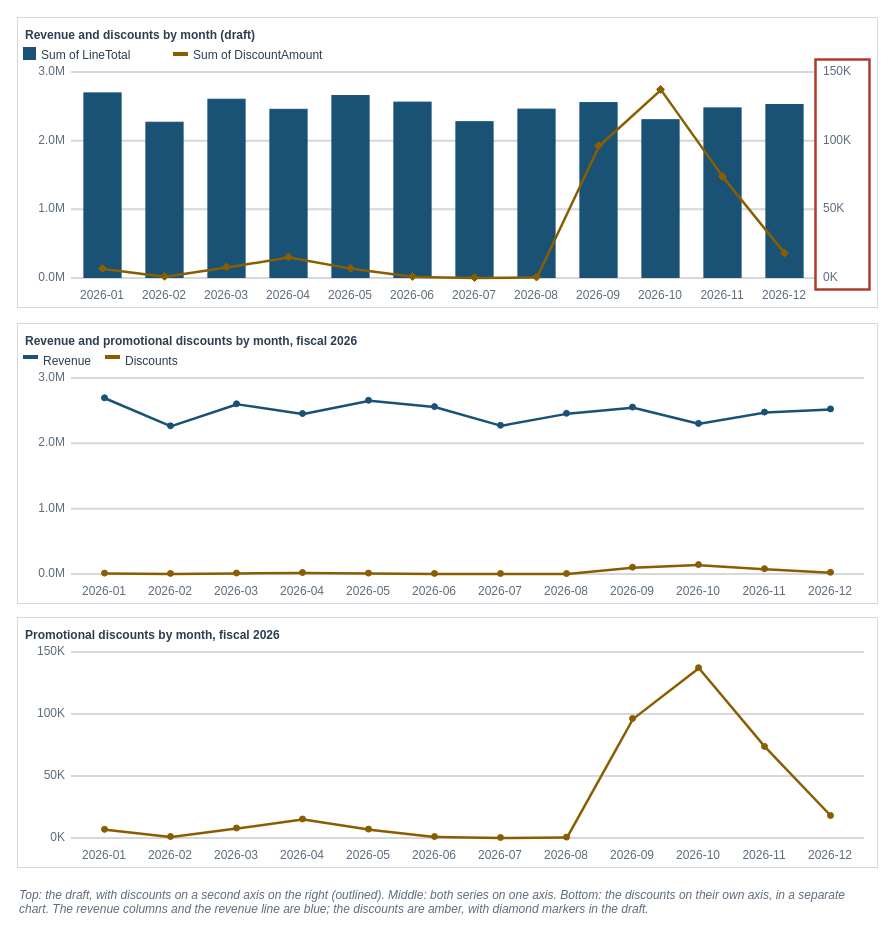
mmcodesso/Accounting_Analytics_Book keeps this draw.io diagram as visuals/src/fig-13-09-dual-axis.drawio. Above is the earlier version. Source tidied: cells renumbered, new cells numbered last; positions are measured from the earlier drawing's top-left corner, leaving out a move shared by most shapes. Both pictures are drawn from the tidied source at 100%, with x=0, y=0 at pixel (17, 17).
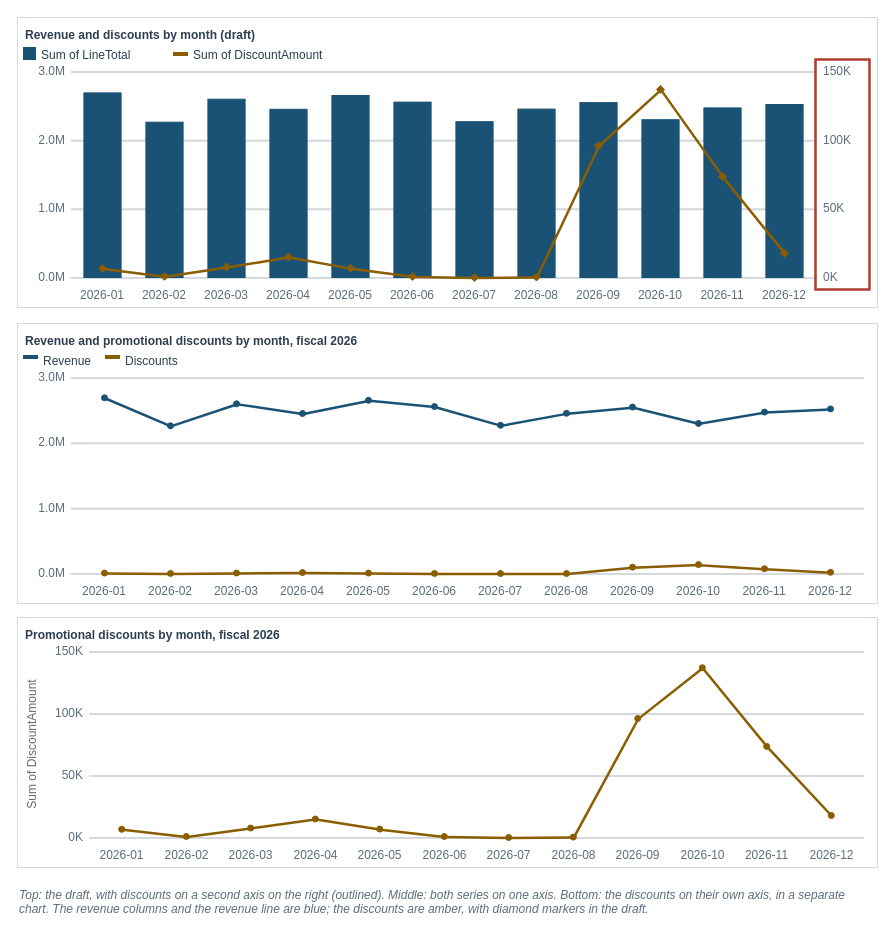
After the change.

Change to the diagram source:
```diff
@@
-    <mxCell id="178" style="rounded=0;arcSize=6;whiteSpace=wrap;html=1;fillColor=#D5D8DC;strokeColor=#D5D8DC;strokeWidth=1;fontColor=#2C3E50;fontSize=13;fontStyle=0;align=center;verticalAlign=middle;fontFamily=Helvetica;spacingLeft=6;spacingRight=6;" parent="1" vertex="1">
-      <mxGeometry x="54" y="820" width="792" height="1" as="geometry" />
+    <mxCell id="178" value="Sum of DiscountAmount" style="text;html=1;whiteSpace=wrap;align=center;verticalAlign=middle;horizontal=0;fontSize=12;fontColor=#5D6D7E;fontStyle=0;fontFamily=Helvetica;spacing=0;fillColor=none;strokeColor=none;" parent="1" vertex="1">
+      <mxGeometry x="6" y="634" width="18" height="186" as="geometry" />
     </mxCell>
-    <mxCell id="179" value="0K" style="text;html=1;whiteSpace=wrap;align=right;verticalAlign=middle;fontSize=12;fontColor=#5D6D7E;fontStyle=0;fontFamily=Helvetica;spacing=2;fillColor=none;strokeColor=none;" parent="1" vertex="1">
-      <mxGeometry x="6" y="810" width="44" height="20" as="geometry" />
+    <mxCell id="179" style="rounded=0;arcSize=6;whiteSpace=wrap;html=1;fillColor=#D5D8DC;strokeColor=#D5D8DC;strokeWidth=1;fontColor=#2C3E50;fontSize=13;fontStyle=0;align=center;verticalAlign=middle;fontFamily=Helvetica;spacingLeft=6;spacingRight=6;" parent="1" vertex="1">
+      <mxGeometry x="72" y="820" width="774" height="1" as="geometry" />
     </mxCell>
-    <mxCell id="180" style="rounded=0;arcSize=6;whiteSpace=wrap;html=1;fillColor=#D5D8DC;strokeColor=#D5D8DC;strokeWidth=1;fontColor=#2C3E50;fontSize=13;fontStyle=0;align=center;verticalAlign=middle;fontFamily=Helvetica;spacingLeft=6;spacingRight=6;" parent="1" vertex="1">
-      <mxGeometry x="54" y="758" width="792" height="1" as="geometry" />
+    <mxCell id="180" value="0K" style="text;html=1;whiteSpace=wrap;align=right;verticalAlign=middle;fontSize=12;fontColor=#5D6D7E;fontStyle=0;fontFamily=Helvetica;spacing=2;fillColor=none;strokeColor=none;" parent="1" vertex="1">
+      <mxGeometry x="24" y="810" width="44" height="20" as="geometry" />
     </mxCell>
-    <mxCell id="181" value="50K" style="text;html=1;whiteSpace=wrap;align=right;verticalAlign=middle;fontSize=12;fontColor=#5D6D7E;fontStyle=0;fontFamily=Helvetica;spacing=2;fillColor=none;strokeColor=none;" parent="1" vertex="1">
-      <mxGeometry x="6" y="748" width="44" height="20" as="geometry" />
+    <mxCell id="181" style="rounded=0;arcSize=6;whiteSpace=wrap;html=1;fillColor=#D5D8DC;strokeColor=#D5D8DC;strokeWidth=1;fontColor=#2C3E50;fontSize=13;fontStyle=0;align=center;verticalAlign=middle;fontFamily=Helvetica;spacingLeft=6;spacingRight=6;" parent="1" vertex="1">
+      <mxGeometry x="72" y="758" width="774" height="1" as="geometry" />
     </mxCell>
-    <mxCell id="182" style="rounded=0;arcSize=6;whiteSpace=wrap;html=1;fillColor=#D5D8DC;strokeColor=#D5D8DC;strokeWidth=1;fontColor=#2C3E50;fontSize=13;fontStyle=0;align=center;verticalAlign=middle;fontFamily=Helvetica;spacingLeft=6;spacingRight=6;" parent="1" vertex="1">
-      <mxGeometry x="54" y="696" width="792" height="1" as="geometry" />
+    <mxCell id="182" value="50K" style="text;html=1;whiteSpace=wrap;align=right;verticalAlign=middle;fontSize=12;fontColor=#5D6D7E;fontStyle=0;fontFamily=Helvetica;spacing=2;fillColor=none;strokeColor=none;" parent="1" vertex="1">
+      <mxGeometry x="24" y="748" width="44" height="20" as="geometry" />
     </mxCell>
-    <mxCell id="183" value="100K" style="text;html=1;whiteSpace=wrap;align=right;verticalAlign=middle;fontSize=12;fontColor=#5D6D7E;fontStyle=0;fontFamily=Helvetica;spacing=2;fillColor=none;strokeColor=none;" parent="1" vertex="1">
-      <mxGeometry x="6" y="686" width="44" height="20" as="geometry" />
+    <mxCell id="183" style="rounded=0;arcSize=6;whiteSpace=wrap;html=1;fillColor=#D5D8DC;strokeColor=#D5D8DC;strokeWidth=1;fontColor=#2C3E50;fontSize=13;fontStyle=0;align=center;verticalAlign=middle;fontFamily=Helvetica;spacingLeft=6;spacingRight=6;" parent="1" vertex="1">
+      <mxGeometry x="72" y="696" width="774" height="1" as="geometry" />
     </mxCell>
-    <mxCell id="184" style="rounded=0;arcSize=6;whiteSpace=wrap;html=1;fillColor=#D5D8DC;strokeColor=#D5D8DC;strokeWidth=1;fontColor=#2C3E50;fontSize=13;fontStyle=0;align=center;verticalAlign=middle;fontFamily=Helvetica;spacingLeft=6;spacingRight=6;" parent="1" vertex="1">
-      <mxGeometry x="54" y="634" width="792" height="1" as="geometry" />
+    <mxCell id="184" value="100K" style="text;html=1;whiteSpace=wrap;align=right;verticalAlign=middle;fontSize=12;fontColor=#5D6D7E;fontStyle=0;fontFamily=Helvetica;spacing=2;fillColor=none;strokeColor=none;" parent="1" vertex="1">
+      <mxGeometry x="24" y="686" width="44" height="20" as="geometry" />
     </mxCell>
-    <mxCell id="185" value="150K" style="text;html=1;whiteSpace=wrap;align=right;verticalAlign=middle;fontSize=12;fontColor=#5D6D7E;fontStyle=0;fontFamily=Helvetica;spacing=2;fillColor=none;strokeColor=none;" parent="1" vertex="1">
-      <mxGeometry x="6" y="624" width="44" height="20" as="geometry" />
+    <mxCell id="185" style="rounded=0;arcSize=6;whiteSpace=wrap;html=1;fillColor=#D5D8DC;strokeColor=#D5D8DC;strokeWidth=1;fontColor=#2C3E50;fontSize=13;fontStyle=0;align=center;verticalAlign=middle;fontFamily=Helvetica;spacingLeft=6;spacingRight=6;" parent="1" vertex="1">
+      <mxGeometry x="72" y="634" width="774" height="1" as="geometry" />
     </mxCell>
-    <mxCell id="186" style="text;html=1;strokeColor=none;fillColor=none;" parent="1" vertex="1">
-      <mxGeometry x="87" y="811.8" width="1" height="1" as="geometry" />
+    <mxCell id="186" value="150K" style="text;html=1;whiteSpace=wrap;align=right;verticalAlign=middle;fontSize=12;fontColor=#5D6D7E;fontStyle=0;fontFamily=Helvetica;spacing=2;fillColor=none;strokeColor=none;" parent="1" vertex="1">
+      <mxGeometry x="24" y="624" width="44" height="20" as="geometry" />
     </mxCell>
     <mxCell id="187" style="text;html=1;strokeColor=none;fillColor=none;" parent="1" vertex="1">
-      <mxGeometry x="153" y="819" width="1" height="1" as="geometry" />
+      <mxGeometry x="104.2" y="811.8" width="1" height="1" as="geometry" />
     </mxCell>
     <mxCell id="188" style="text;html=1;strokeColor=none;fillColor=none;" parent="1" vertex="1">
-      <mxGeometry x="219" y="810.5" width="1" height="1" as="geometry" />
+      <mxGeometry x="168.8" y="819" width="1" height="1" as="geometry" />
     </mxCell>
     <mxCell id="189" style="text;html=1;strokeColor=none;fillColor=none;" parent="1" vertex="1">
-      <mxGeometry x="285" y="801.5" width="1" height="1" as="geometry" />
+      <mxGeometry x="233.2" y="810.5" width="1" height="1" as="geometry" />
     </mxCell>
     <mxCell id="190" style="text;html=1;strokeColor=none;fillColor=none;" parent="1" vertex="1">
-      <mxGeometry x="351" y="811.6" width="1" height="1" as="geometry" />
+      <mxGeometry x="297.8" y="801.5" width="1" height="1" as="geometry" />
     </mxCell>
     <mxCell id="191" style="text;html=1;strokeColor=none;fillColor=none;" parent="1" vertex="1">
-      <mxGeometry x="417" y="819" width="1" height="1" as="geometry" />
+      <mxGeometry x="362.2" y="811.6" width="1" height="1" as="geometry" />
     </mxCell>
     <mxCell id="192" style="text;html=1;strokeColor=none;fillColor=none;" parent="1" vertex="1">
-      <mxGeometry x="483" y="820" width="1" height="1" as="geometry" />
+      <mxGeometry x="426.8" y="819" width="1" height="1" as="geometry" />
     </mxCell>
     <mxCell id="193" style="text;html=1;strokeColor=none;fillColor=none;" parent="1" vertex="1">
-      <mxGeometry x="549" y="819.6" width="1" height="1" as="geometry" />
+      <mxGeometry x="491.2" y="820" width="1" height="1" as="geometry" />
     </mxCell>
     <mxCell id="194" style="text;html=1;strokeColor=none;fillColor=none;" parent="1" vertex="1">
-      <mxGeometry x="615" y="701" width="1" height="1" as="geometry" />
+      <mxGeometry x="555.8" y="819.6" width="1" height="1" as="geometry" />
     </mxCell>
     <mxCell id="195" style="text;html=1;strokeColor=none;fillColor=none;" parent="1" vertex="1">
-      <mxGeometry x="681" y="650.2" width="1" height="1" as="geometry" />
+      <mxGeometry x="620.2" y="701" width="1" height="1" as="geometry" />
     </mxCell>
     <mxCell id="196" style="text;html=1;strokeColor=none;fillColor=none;" parent="1" vertex="1">
-      <mxGeometry x="747" y="728.9" width="1" height="1" as="geometry" />
+      <mxGeometry x="684.8" y="650.2" width="1" height="1" as="geometry" />
     </mxCell>
     <mxCell id="197" style="text;html=1;strokeColor=none;fillColor=none;" parent="1" vertex="1">
-      <mxGeometry x="813" y="798" width="1" height="1" as="geometry" />
+      <mxGeometry x="749.2" y="728.9" width="1" height="1" as="geometry" />
     </mxCell>
-    <mxCell id="198" style="edgeStyle=orthogonalEdgeStyle;rounded=1;html=1;startArrow=none;endArrow=none;startFill=0;endFill=0;startSize=10;endSize=10;strokeColor=#8A5D00;strokeWidth=2.5;fontSize=12;fontColor=#2C3E50;fontFamily=Helvetica;labelBackgroundColor=#FFFFFF;edgeStyle=none;" parent="1" edge="1" source="186" target="187">
-      <mxGeometry relative="1" as="geometry" />
-    </mxCell>
+    <mxCell id="235" style="text;html=1;strokeColor=none;fillColor=none;" parent="1" vertex="1">
+      <mxGeometry x="813.8" y="798" width="1" height="1" as="geometry" />
+    </mxCell>
@@
-    <mxCell id="209" style="ellipse;html=1;fillColor=#8A5D00;strokeColor=#8A5D00;" parent="1" vertex="1">
-      <mxGeometry x="84" y="808.8" width="6" height="6" as="geometry" />
-    </mxCell>
+    <mxCell id="236" style="edgeStyle=orthogonalEdgeStyle;rounded=1;html=1;startArrow=none;endArrow=none;startFill=0;endFill=0;startSize=10;endSize=10;strokeColor=#8A5D00;strokeWidth=2.5;fontSize=12;fontColor=#2C3E50;fontFamily=Helvetica;labelBackgroundColor=#FFFFFF;edgeStyle=none;" parent="1" edge="1" source="197" target="235">
+      <mxGeometry relative="1" as="geometry" />
+    </mxCell>
     <mxCell id="210" style="ellipse;html=1;fillColor=#8A5D00;strokeColor=#8A5D00;" parent="1" vertex="1">
-      <mxGeometry x="150" y="816" width="6" height="6" as="geometry" />
+      <mxGeometry x="101.2" y="808.8" width="6" height="6" as="geometry" />
     </mxCell>
     <mxCell id="211" style="ellipse;html=1;fillColor=#8A5D00;strokeColor=#8A5D00;" parent="1" vertex="1">
-      <mxGeometry x="216" y="807.5" width="6" height="6" as="geometry" />
+      <mxGeometry x="165.8" y="816" width="6" height="6" as="geometry" />
     </mxCell>
     <mxCell id="212" style="ellipse;html=1;fillColor=#8A5D00;strokeColor=#8A5D00;" parent="1" vertex="1">
-      <mxGeometry x="282" y="798.5" width="6" height="6" as="geometry" />
+      <mxGeometry x="230.2" y="807.5" width="6" height="6" as="geometry" />
     </mxCell>
     <mxCell id="213" style="ellipse;html=1;fillColor=#8A5D00;strokeColor=#8A5D00;" parent="1" vertex="1">
-      <mxGeometry x="348" y="808.6" width="6" height="6" as="geometry" />
+      <mxGeometry x="294.8" y="798.5" width="6" height="6" as="geometry" />
     </mxCell>
     <mxCell id="214" style="ellipse;html=1;fillColor=#8A5D00;strokeColor=#8A5D00;" parent="1" vertex="1">
-      <mxGeometry x="414" y="816" width="6" height="6" as="geometry" />
+      <mxGeometry x="359.2" y="808.6" width="6" height="6" as="geometry" />
     </mxCell>
     <mxCell id="215" style="ellipse;html=1;fillColor=#8A5D00;strokeColor=#8A5D00;" parent="1" vertex="1">
-      <mxGeometry x="480" y="817" width="6" height="6" as="geometry" />
+      <mxGeometry x="423.8" y="816" width="6" height="6" as="geometry" />
     </mxCell>
     <mxCell id="216" style="ellipse;html=1;fillColor=#8A5D00;strokeColor=#8A5D00;" parent="1" vertex="1">
-      <mxGeometry x="546" y="816.6" width="6" height="6" as="geometry" />
+      <mxGeometry x="488.2" y="817" width="6" height="6" as="geometry" />
     </mxCell>
     <mxCell id="217" style="ellipse;html=1;fillColor=#8A5D00;strokeColor=#8A5D00;" parent="1" vertex="1">
-      <mxGeometry x="612" y="698" width="6" height="6" as="geometry" />
+      <mxGeometry x="552.8" y="816.6" width="6" height="6" as="geometry" />
     </mxCell>
     <mxCell id="218" style="ellipse;html=1;fillColor=#8A5D00;strokeColor=#8A5D00;" parent="1" vertex="1">
-      <mxGeometry x="678" y="647.2" width="6" height="6" as="geometry" />
+      <mxGeometry x="617.2" y="698" width="6" height="6" as="geometry" />
     </mxCell>
     <mxCell id="219" style="ellipse;html=1;fillColor=#8A5D00;strokeColor=#8A5D00;" parent="1" vertex="1">
-      <mxGeometry x="744" y="725.9" width="6" height="6" as="geometry" />
+      <mxGeometry x="681.8" y="647.2" width="6" height="6" as="geometry" />
     </mxCell>
     <mxCell id="220" style="ellipse;html=1;fillColor=#8A5D00;strokeColor=#8A5D00;" parent="1" vertex="1">
-      <mxGeometry x="810" y="795" width="6" height="6" as="geometry" />
+      <mxGeometry x="746.2" y="725.9" width="6" height="6" as="geometry" />
     </mxCell>
-    <mxCell id="221" value="2026-01" style="text;html=1;whiteSpace=wrap;align=center;verticalAlign=top;fontSize=12;fontColor=#5D6D7E;fontStyle=0;fontFamily=Helvetica;spacing=2;fillColor=none;strokeColor=none;" parent="1" vertex="1">
-      <mxGeometry x="54" y="824" width="66" height="20" as="geometry" />
+    <mxCell id="221" style="ellipse;html=1;fillColor=#8A5D00;strokeColor=#8A5D00;" parent="1" vertex="1">
+      <mxGeometry x="810.8" y="795" width="6" height="6" as="geometry" />
     </mxCell>
-    <mxCell id="222" value="2026-02" style="text;html=1;whiteSpace=wrap;align=center;verticalAlign=top;fontSize=12;fontColor=#5D6D7E;fontStyle=0;fontFamily=Helvetica;spacing=2;fillColor=none;strokeColor=none;" parent="1" vertex="1">
-      <mxGeometry x="120" y="824" width="66" height="20" as="geometry" />
+    <mxCell id="222" value="2026-01" style="text;html=1;whiteSpace=wrap;align=center;verticalAlign=top;fontSize=12;fontColor=#5D6D7E;fontStyle=0;fontFamily=Helvetica;spacing=2;fillColor=none;strokeColor=none;" parent="1" vertex="1">
+      <mxGeometry x="72" y="824" width="64.5" height="20" as="geometry" />
     </mxCell>
-    <mxCell id="223" value="2026-03" style="text;html=1;whiteSpace=wrap;align=center;verticalAlign=top;fontSize=12;fontColor=#5D6D7E;fontStyle=0;fontFamily=Helvetica;spacing=2;fillColor=none;strokeColor=none;" parent="1" vertex="1">
-      <mxGeometry x="186" y="824" width="66" height="20" as="geometry" />
+    <mxCell id="223" value="2026-02" style="text;html=1;whiteSpace=wrap;align=center;verticalAlign=top;fontSize=12;fontColor=#5D6D7E;fontStyle=0;fontFamily=Helvetica;spacing=2;fillColor=none;strokeColor=none;" parent="1" vertex="1">
+      <mxGeometry x="136.5" y="824" width="64.5" height="20" as="geometry" />
     </mxCell>
-    <mxCell id="224" value="2026-04" style="text;html=1;whiteSpace=wrap;align=center;verticalAlign=top;fontSize=12;fontColor=#5D6D7E;fontStyle=0;fontFamily=Helvetica;spacing=2;fillColor=none;strokeColor=none;" parent="1" vertex="1">
-      <mxGeometry x="252" y="824" width="66" height="20" as="geometry" />
+    <mxCell id="224" value="2026-03" style="text;html=1;whiteSpace=wrap;align=center;verticalAlign=top;fontSize=12;fontColor=#5D6D7E;fontStyle=0;fontFamily=Helvetica;spacing=2;fillColor=none;strokeColor=none;" parent="1" vertex="1">
+      <mxGeometry x="201" y="824" width="64.5" height="20" as="geometry" />
     </mxCell>
-    <mxCell id="225" value="2026-05" style="text;html=1;whiteSpace=wrap;align=center;verticalAlign=top;fontSize=12;fontColor=#5D6D7E;fontStyle=0;fontFamily=Helvetica;spacing=2;fillColor=none;strokeColor=none;" parent="1" vertex="1">
-      <mxGeometry x="318" y="824" width="66" height="20" as="geometry" />
+    <mxCell id="225" value="2026-04" style="text;html=1;whiteSpace=wrap;align=center;verticalAlign=top;fontSize=12;fontColor=#5D6D7E;fontStyle=0;fontFamily=Helvetica;spacing=2;fillColor=none;strokeColor=none;" parent="1" vertex="1">
+      <mxGeometry x="265.5" y="824" width="64.5" height="20" as="geometry" />
     </mxCell>
-    <mxCell id="226" value="2026-06" style="text;html=1;whiteSpace=wrap;align=center;verticalAlign=top;fontSize=12;fontColor=#5D6D7E;fontStyle=0;fontFamily=Helvetica;spacing=2;fillColor=none;strokeColor=none;" parent="1" vertex="1">
-      <mxGeometry x="384" y="824" width="66" height="20" as="geometry" />
+    <mxCell id="226" value="2026-05" style="text;html=1;whiteSpace=wrap;align=center;verticalAlign=top;fontSize=12;fontColor=#5D6D7E;fontStyle=0;fontFamily=Helvetica;spacing=2;fillColor=none;strokeColor=none;" parent="1" vertex="1">
+      <mxGeometry x="330" y="824" width="64.5" height="20" as="geometry" />
     </mxCell>
-    <mxCell id="227" value="2026-07" style="text;html=1;whiteSpace=wrap;align=center;verticalAlign=top;fontSize=12;fontColor=#5D6D7E;fontStyle=0;fontFamily=Helvetica;spacing=2;fillColor=none;strokeColor=none;" parent="1" vertex="1">
-      <mxGeometry x="450" y="824" width="66" height="20" as="geometry" />
+    <mxCell id="227" value="2026-06" style="text;html=1;whiteSpace=wrap;align=center;verticalAlign=top;fontSize=12;fontColor=#5D6D7E;fontStyle=0;fontFamily=Helvetica;spacing=2;fillColor=none;strokeColor=none;" parent="1" vertex="1">
+      <mxGeometry x="394.5" y="824" width="64.5" height="20" as="geometry" />
     </mxCell>
-    <mxCell id="228" value="2026-08" style="text;html=1;whiteSpace=wrap;align=center;verticalAlign=top;fontSize=12;fontColor=#5D6D7E;fontStyle=0;fontFamily=Helvetica;spacing=2;fillColor=none;strokeColor=none;" parent="1" vertex="1">
-      <mxGeometry x="516" y="824" width="66" height="20" as="geometry" />
+    <mxCell id="228" value="2026-07" style="text;html=1;whiteSpace=wrap;align=center;verticalAlign=top;fontSize=12;fontColor=#5D6D7E;fontStyle=0;fontFamily=Helvetica;spacing=2;fillColor=none;strokeColor=none;" parent="1" vertex="1">
+      <mxGeometry x="459" y="824" width="64.5" height="20" as="geometry" />
     </mxCell>
-    <mxCell id="229" value="2026-09" style="text;html=1;whiteSpace=wrap;align=center;verticalAlign=top;fontSize=12;fontColor=#5D6D7E;fontStyle=0;fontFamily=Helvetica;spacing=2;fillColor=none;strokeColor=none;" parent="1" vertex="1">
-      <mxGeometry x="582" y="824" width="66" height="20" as="geometry" />
+    <mxCell id="229" value="2026-08" style="text;html=1;whiteSpace=wrap;align=center;verticalAlign=top;fontSize=12;fontColor=#5D6D7E;fontStyle=0;fontFamily=Helvetica;spacing=2;fillColor=none;strokeColor=none;" parent="1" vertex="1">
+      <mxGeometry x="523.5" y="824" width="64.5" height="20" as="geometry" />
     </mxCell>
-    <mxCell id="230" value="2026-10" style="text;html=1;whiteSpace=wrap;align=center;verticalAlign=top;fontSize=12;fontColor=#5D6D7E;fontStyle=0;fontFamily=Helvetica;spacing=2;fillColor=none;strokeColor=none;" parent="1" vertex="1">
-      <mxGeometry x="648" y="824" width="66" height="20" as="geometry" />
+    <mxCell id="230" value="2026-09" style="text;html=1;whiteSpace=wrap;align=center;verticalAlign=top;fontSize=12;fontColor=#5D6D7E;fontStyle=0;fontFamily=Helvetica;spacing=2;fillColor=none;strokeColor=none;" parent="1" vertex="1">
+      <mxGeometry x="588" y="824" width="64.5" height="20" as="geometry" />
     </mxCell>
-    <mxCell id="231" value="2026-11" style="text;html=1;whiteSpace=wrap;align=center;verticalAlign=top;fontSize=12;fontColor=#5D6D7E;fontStyle=0;fontFamily=Helvetica;spacing=2;fillColor=none;strokeColor=none;" parent="1" vertex="1">
-      <mxGeometry x="714" y="824" width="66" height="20" as="geometry" />
+    <mxCell id="231" value="2026-10" style="text;html=1;whiteSpace=wrap;align=center;verticalAlign=top;fontSize=12;fontColor=#5D6D7E;fontStyle=0;fontFamily=Helvetica;spacing=2;fillColor=none;strokeColor=none;" parent="1" vertex="1">
+      <mxGeometry x="652.5" y="824" width="64.5" height="20" as="geometry" />
     </mxCell>
-    <mxCell id="232" value="2026-12" style="text;html=1;whiteSpace=wrap;align=center;verticalAlign=top;fontSize=12;fontColor=#5D6D7E;fontStyle=0;fontFamily=Helvetica;spacing=2;fillColor=none;strokeColor=none;" parent="1" vertex="1">
-      <mxGeometry x="780" y="824" width="66" height="20" as="geometry" />
+    <mxCell id="232" value="2026-11" style="text;html=1;whiteSpace=wrap;align=center;verticalAlign=top;fontSize=12;fontColor=#5D6D7E;fontStyle=0;fontFamily=Helvetica;spacing=2;fillColor=none;strokeColor=none;" parent="1" vertex="1">
+      <mxGeometry x="717" y="824" width="64.5" height="20" as="geometry" />
     </mxCell>
-    <mxCell id="233" value="&lt;i&gt;Top: the draft, with discounts on a second axis on the right (outlined). Middle: both series on one axis. Bottom: the discounts on their own axis, in a separate chart. The revenue columns and the revenue line are blue; the discounts are amber, with diamond markers in the draft.&lt;/i&gt;" style="text;html=1;whiteSpace=wrap;align=left;verticalAlign=top;fontSize=12;fontColor=#5D6D7E;fontStyle=0;fontFamily=Helvetica;spacing=2;fillColor=none;strokeColor=none;" parent="1" vertex="1">
-      <mxGeometry y="864" width="860" height="40" as="geometry" />
+    <mxCell id="233" value="2026-12" style="text;html=1;whiteSpace=wrap;align=center;verticalAlign=top;fontSize=12;fontColor=#5D6D7E;fontStyle=0;fontFamily=Helvetica;spacing=2;fillColor=none;strokeColor=none;" parent="1" vertex="1">
+      <mxGeometry x="781.5" y="824" width="64.5" height="20" as="geometry" />
     </mxCell>
+    <mxCell id="237" value="&lt;i&gt;Top: the draft, with discounts on a second axis on the right (outlined). Middle: both series on one axis. Bottom: the discounts on their own axis, in a separate chart. The revenue columns and the revenue line are blue; the discounts are amber, with diamond markers in the draft.&lt;/i&gt;" style="text;html=1;whiteSpace=wrap;align=left;verticalAlign=top;fontSize=12;fontColor=#5D6D7E;fontStyle=0;fontFamily=Helvetica;spacing=2;fillColor=none;strokeColor=none;" parent="1" vertex="1">
+      <mxGeometry y="864" width="860" height="40" as="geometry" />
+    </mxCell>
```
